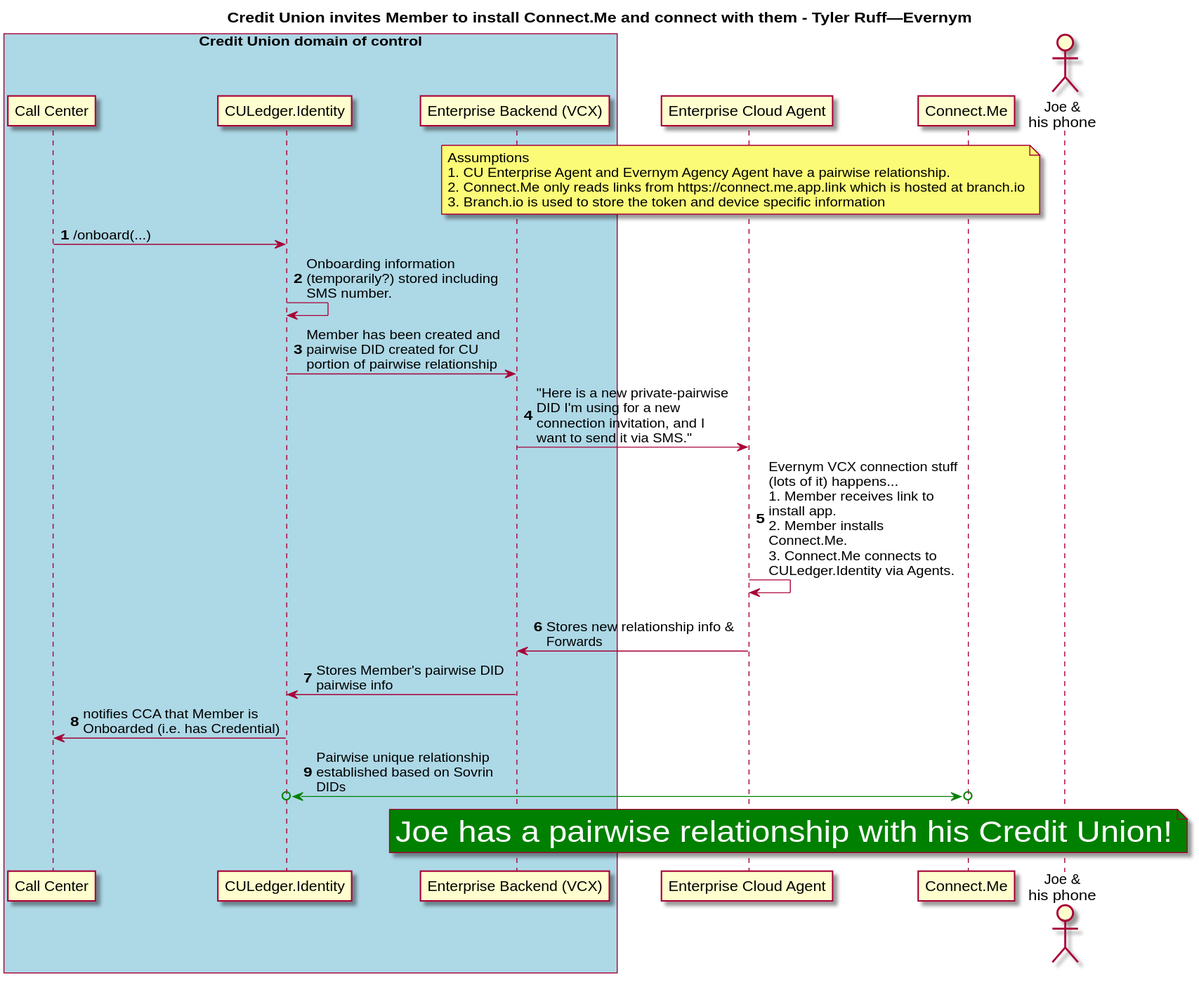
This is puml/OnboardingMember-CULedgerDetail.svg from peacekeeper/CULedger.IdentityAPI, a PlantUML export, as it was before one commit. The source it was exported from:
```plantuml
@startuml
skinparam maxmessagesize 200
box "Credit Union domain of control" #lightblue
participant "Call Center" as cca
participant "CULedger.Identity" as cuid
participant "Enterprise Backend (VCX)" as cu
end box

participant "Enterprise Cloud Agent" as cuag

participant "Connect.Me" as con
actor "Joe &\nhis phone" as joe


title Credit Union invites Member to install Connect.Me and connect with them - Tyler Ruff—Evernym

note over cu, con
Assumptions
1. CU Enterprise Agent and Evernym Agency Agent have a pairwise relationship.
2. Connect.Me only reads links from https://connect.me.app.link which is hosted at branch.io
3. Branch.io is used to store the token and device specific information
end note
autonumber
cca -> cuid: /onboard(...)
cuid -> cuid: Onboarding information (temporarily?) stored including SMS number.
cuid -> cu: Member has been created and pairwise DID created for CU portion of pairwise relationship
cu -> cuag: "Here is a new private-pairwise DID I'm using for a new connection invitation, and I want to send it via SMS."
cuag -> cuag: Evernym VCX connection stuff (lots of it) happens...\n1. Member receives link to install app.\n2. Member installs Connect.Me.\n3. Connect.Me connects to CULedger.Identity via Agents.
cuag -> cu: \nStores new relationship info & Forwards
cu -> cuid: Stores Member's pairwise DID pairwise info
cuid -> cca: notifies CCA that Member is Onboarded (i.e. has Credential)

skinparam arrowsize 10
cuid o<-[#green]>o con: Pairwise unique relationship established based on Sovrin DIDs
note over cu, joe #green
<color: white><size: 30>Joe has a pairwise relationship with his Credit Union!</size></color>
end note
@enduml
```
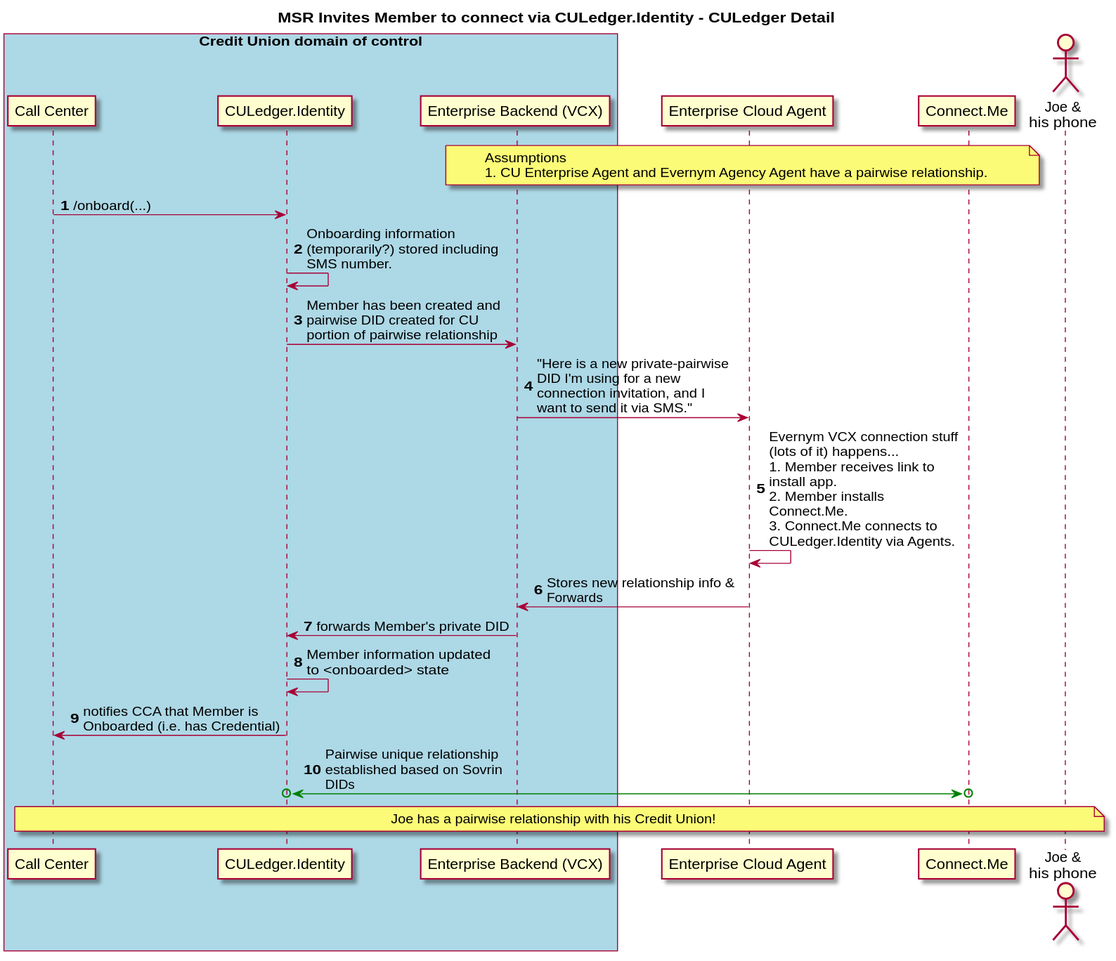
Above is the later version.

The edit, as a diff of the source:
```diff
@@ -12,13 +12,11 @@
 actor "Joe &\nhis phone" as joe
 
 
-title Credit Union invites Member to install Connect.Me and connect with them - Tyler Ruff—Evernym
+title MSR Invites Member to connect via CULedger.Identity - CULedger Detail
 
 note over cu, con
 Assumptions
 1. CU Enterprise Agent and Evernym Agency Agent have a pairwise relationship.
-2. Connect.Me only reads links from https://connect.me.app.link which is hosted at branch.io
-3. Branch.io is used to store the token and device specific information
 end note
 autonumber
 cca -> cuid: /onboard(...)
@@ -26,13 +24,14 @@
 cuid -> cu: Member has been created and pairwise DID created for CU portion of pairwise relationship
 cu -> cuag: "Here is a new private-pairwise DID I'm using for a new connection invitation, and I want to send it via SMS."
 cuag -> cuag: Evernym VCX connection stuff (lots of it) happens...\n1. Member receives link to install app.\n2. Member installs Connect.Me.\n3. Connect.Me connects to CULedger.Identity via Agents.
-cuag -> cu: \nStores new relationship info & Forwards
-cu -> cuid: Stores Member's pairwise DID pairwise info
+cuag -> cu: Stores new relationship info & Forwards
+cu -> cuid: forwards Member's private DID
+cuid -> cuid: Member information updated to <onboarded> state
 cuid -> cca: notifies CCA that Member is Onboarded (i.e. has Credential)
 
 skinparam arrowsize 10
 cuid o<-[#green]>o con: Pairwise unique relationship established based on Sovrin DIDs
-note over cu, joe #green
-<color: white><size: 30>Joe has a pairwise relationship with his Credit Union!</size></color>
+note over cca, joe
+Joe has a pairwise relationship with his Credit Union!
 end note
 @enduml
```
